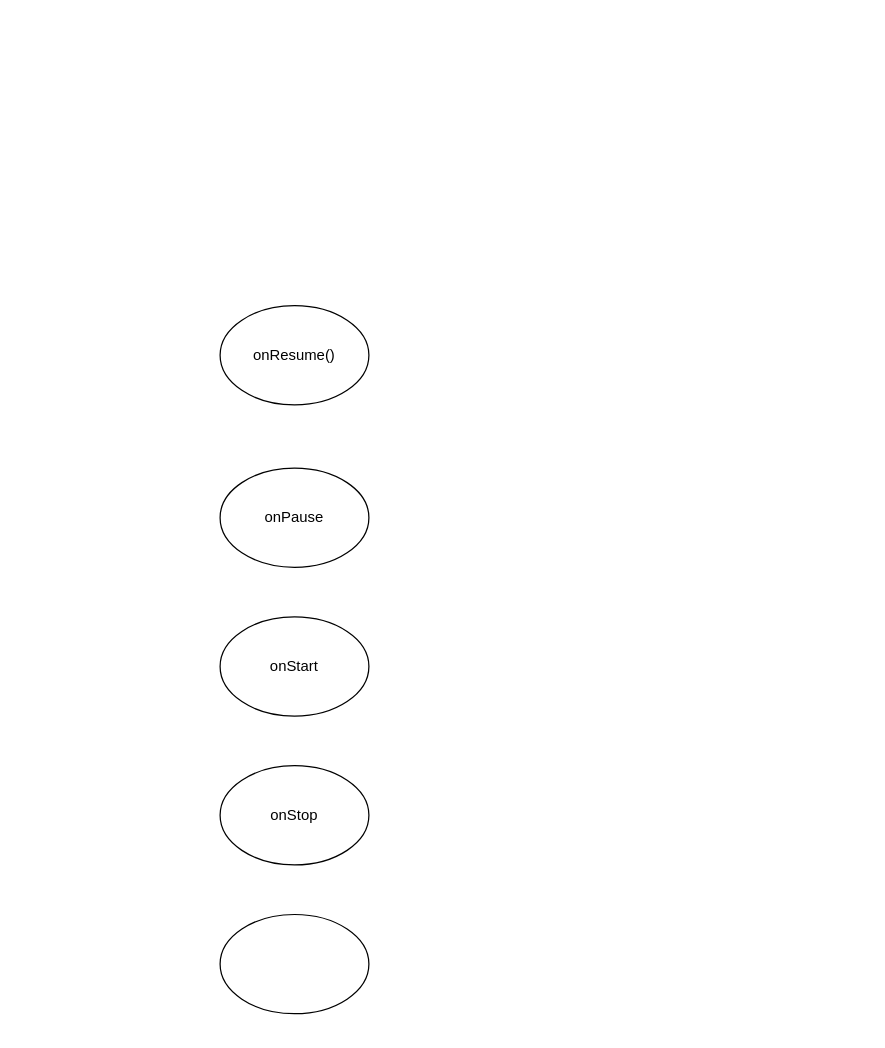
This is page "Ciclu de viata Maps Fragment" (4 of 8) of documentation/licenta.drawio from DanielMuresan1618/Do-Route, a draw.io file, before an edit. Source tidied: cells renumbered, new cells numbered last; positions are measured from the earlier drawing's top-left corner, leaving out a move shared by most shapes. Both pictures are drawn from the tidied source at 124%, with x=0, y=0 at pixel (219, 305).
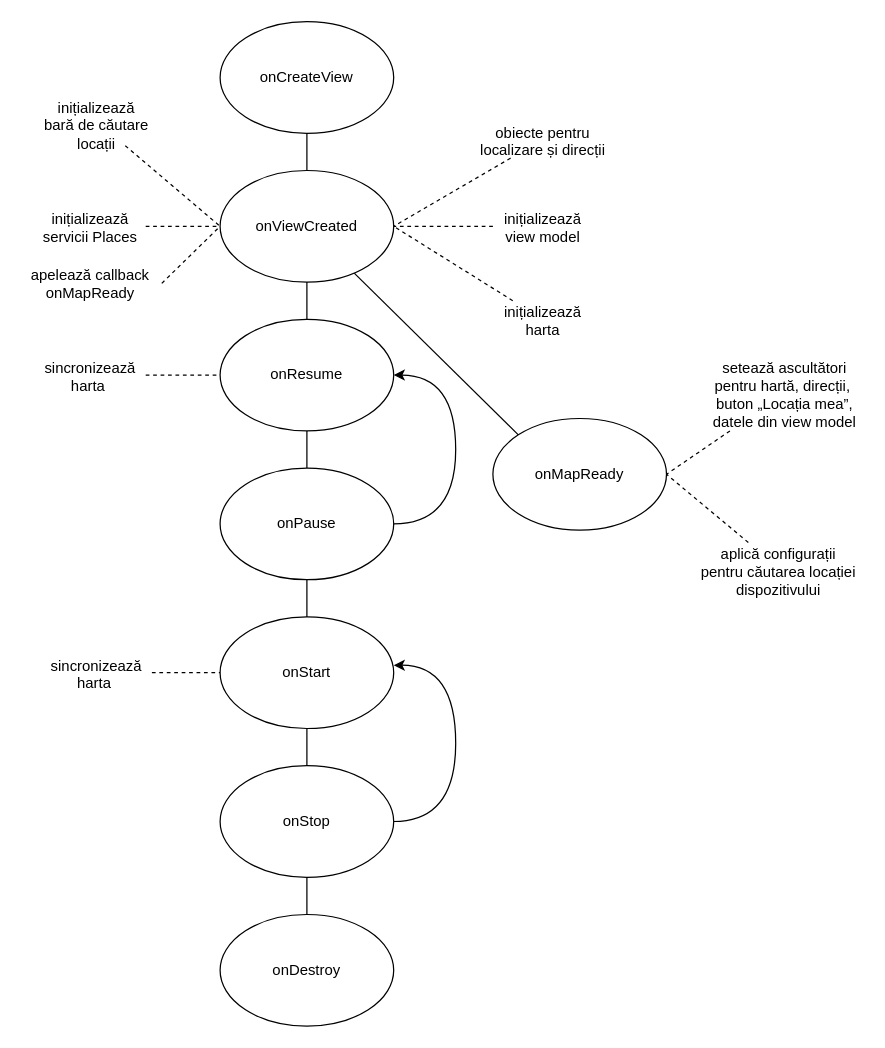
The same diagram, later.

The edit, as a diff of the source:
```diff
@@
+    <mxCell id="7" style="edgeStyle=none;rounded=0;jettySize=auto;html=1;startArrow=none;startFill=0;endArrow=none;endFill=0;" parent="1" edge="1" source="2" target="4">
+      <mxGeometry relative="1" as="geometry" />
+    </mxCell>
-    <mxCell id="2" value="onResume()" style="ellipse;whiteSpace=wrap;html=1;fillColor=#FFFFFF;" parent="1" vertex="1">
-      <mxGeometry width="120" height="80" as="geometry" />
+    <mxCell id="2" value="onPause" style="ellipse;whiteSpace=wrap;html=1;fillColor=#FFFFFF;" parent="1" vertex="1">
+      <mxGeometry y="131" width="140" height="90" as="geometry" />
     </mxCell>
+    <mxCell id="8" style="edgeStyle=none;rounded=0;jettySize=auto;html=1;startArrow=none;startFill=0;endArrow=none;endFill=0;" parent="1" edge="1" source="3" target="2">
+      <mxGeometry relative="1" as="geometry" />
+    </mxCell>
-    <mxCell id="3" value="onPause" style="ellipse;whiteSpace=wrap;html=1;fillColor=#FFFFFF;" parent="1" vertex="1">
-      <mxGeometry y="131" width="120" height="80" as="geometry" />
+    <mxCell id="3" value="onResume" style="ellipse;whiteSpace=wrap;html=1;fillColor=#FFFFFF;" parent="1" vertex="1">
+      <mxGeometry y="11" width="140" height="90" as="geometry" />
     </mxCell>
+    <mxCell id="9" style="edgeStyle=none;rounded=0;jettySize=auto;html=1;startArrow=none;startFill=0;endArrow=none;endFill=0;" parent="1" edge="1" source="4" target="5">
+      <mxGeometry relative="1" as="geometry" />
+    </mxCell>
     <mxCell id="4" value="onStart" style="ellipse;whiteSpace=wrap;html=1;fillColor=#FFFFFF;" parent="1" vertex="1">
-      <mxGeometry y="251" width="120" height="80" as="geometry" />
+      <mxGeometry y="251" width="140" height="90" as="geometry" />
     </mxCell>
+    <mxCell id="10" style="edgeStyle=none;rounded=0;jettySize=auto;html=1;startArrow=none;startFill=0;endArrow=none;endFill=0;" parent="1" edge="1" source="5" target="6">
+      <mxGeometry relative="1" as="geometry" />
+    </mxCell>
+    <mxCell id="11" style="edgeStyle=orthogonalEdgeStyle;rounded=0;jettySize=auto;html=1;entryX=1;entryY=0.433;entryDx=0;entryDy=0;entryPerimeter=0;curved=1;exitX=1;exitY=0.5;exitDx=0;exitDy=0;" parent="1" edge="1" source="5" target="4">
+      <mxGeometry relative="1" as="geometry">
+        <Array as="points">
+          <mxPoint x="190" y="416" />
+          <mxPoint x="190" y="290" />
+        </Array>
+      </mxGeometry>
+    </mxCell>
     <mxCell id="5" value="onStop" style="ellipse;whiteSpace=wrap;html=1;fillColor=#FFFFFF;" parent="1" vertex="1">
-      <mxGeometry y="371" width="120" height="80" as="geometry" />
+      <mxGeometry y="371" width="140" height="90" as="geometry" />
     </mxCell>
-    <mxCell id="6" style="ellipse;whiteSpace=wrap;html=1;fillColor=#FFFFFF;" parent="1" vertex="1">
-      <mxGeometry y="491" width="120" height="80" as="geometry" />
+    <mxCell id="6" value="onDestroy" style="ellipse;whiteSpace=wrap;html=1;fillColor=#FFFFFF;" parent="1" vertex="1">
+      <mxGeometry y="491" width="140" height="90" as="geometry" />
     </mxCell>
+    <mxCell id="12" style="edgeStyle=none;rounded=0;jettySize=auto;html=1;startArrow=none;startFill=0;endArrow=none;endFill=0;dashed=1;entryX=0;entryY=0.5;entryDx=0;entryDy=0;" parent="1" edge="1" source="13" target="3">
+      <mxGeometry relative="1" as="geometry" />
+    </mxCell>
+    <mxCell id="13" value="sincronizează &lt;br&gt;harta&amp;nbsp;" style="text;html=1;points=[];align=center;verticalAlign=top;spacingTop=-4;" parent="1" vertex="1">
+      <mxGeometry x="-150" y="41" width="90" height="30" as="geometry" />
+    </mxCell>
+    <mxCell id="14" style="edgeStyle=none;rounded=0;jettySize=auto;html=1;startArrow=none;startFill=0;endArrow=none;endFill=0;dashed=1;entryX=0;entryY=0.5;entryDx=0;entryDy=0;" parent="1" edge="1" source="15" target="4">
+      <mxGeometry relative="1" as="geometry" />
+    </mxCell>
+    <mxCell id="15" value="sincronizează &lt;br&gt;harta&amp;nbsp;" style="text;html=1;points=[];align=center;verticalAlign=top;spacingTop=-4;" parent="1" vertex="1">
+      <mxGeometry x="-145" y="281" width="90" height="30" as="geometry" />
+    </mxCell>
+    <mxCell id="16" style="edgeStyle=none;rounded=0;jettySize=auto;html=1;startArrow=none;startFill=0;endArrow=none;endFill=0;" parent="1" edge="1" source="18" target="3">
+      <mxGeometry relative="1" as="geometry" />
+    </mxCell>
+    <mxCell id="17" style="edgeStyle=none;rounded=0;jettySize=auto;html=1;entryX=0;entryY=0;entryDx=0;entryDy=0;startArrow=none;startFill=0;endArrow=none;endFill=0;" parent="1" edge="1" source="18" target="33">
+      <mxGeometry relative="1" as="geometry" />
+    </mxCell>
+    <mxCell id="18" value="onViewCreated" style="ellipse;whiteSpace=wrap;html=1;fillColor=#FFFFFF;align=center;" parent="1" vertex="1">
+      <mxGeometry y="-109" width="140" height="90" as="geometry" />
+    </mxCell>
+    <mxCell id="19" style="edgeStyle=none;rounded=0;jettySize=auto;html=1;dashed=1;startArrow=none;startFill=0;endArrow=none;endFill=0;entryX=1;entryY=0.5;entryDx=0;entryDy=0;" parent="1" edge="1" source="20" target="18">
+      <mxGeometry relative="1" as="geometry" />
+    </mxCell>
+    <mxCell id="20" value="inițializează&lt;br&gt;harta" style="text;html=1;points=[];align=center;verticalAlign=top;spacingTop=-4;" parent="1" vertex="1">
+      <mxGeometry x="220" y="-4" width="80" height="30" as="geometry" />
+    </mxCell>
+    <mxCell id="21" style="edgeStyle=none;rounded=0;jettySize=auto;html=1;entryX=0;entryY=0.5;entryDx=0;entryDy=0;dashed=1;startArrow=none;startFill=0;endArrow=none;endFill=0;" parent="1" edge="1" source="22" target="18">
+      <mxGeometry relative="1" as="geometry" />
+    </mxCell>
+    <mxCell id="22" value="inițializează&lt;br&gt;servicii Places" style="text;html=1;points=[];align=center;verticalAlign=top;spacingTop=-4;" parent="1" vertex="1">
+      <mxGeometry x="-150" y="-79" width="90" height="30" as="geometry" />
+    </mxCell>
+    <mxCell id="23" style="edgeStyle=none;rounded=0;jettySize=auto;html=1;entryX=0;entryY=0.5;entryDx=0;entryDy=0;dashed=1;startArrow=none;startFill=0;endArrow=none;endFill=0;" parent="1" edge="1" source="24" target="18">
+      <mxGeometry relative="1" as="geometry" />
+    </mxCell>
+    <mxCell id="24" value="inițializează&lt;br&gt;bară de căutare&lt;br&gt;locații" style="text;html=1;points=[];align=center;verticalAlign=top;spacingTop=-4;" parent="1" vertex="1">
+      <mxGeometry x="-150" y="-169" width="100" height="40" as="geometry" />
+    </mxCell>
+    <mxCell id="25" style="edgeStyle=none;rounded=0;jettySize=auto;html=1;entryX=1;entryY=0.5;entryDx=0;entryDy=0;dashed=1;startArrow=none;startFill=0;endArrow=none;endFill=0;" parent="1" edge="1" source="26" target="18">
+      <mxGeometry relative="1" as="geometry" />
+    </mxCell>
+    <mxCell id="26" value="inițializează&lt;br&gt;view model" style="text;html=1;points=[];align=center;verticalAlign=top;spacingTop=-4;" parent="1" vertex="1">
+      <mxGeometry x="220" y="-79" width="80" height="30" as="geometry" />
+    </mxCell>
+    <mxCell id="27" style="edgeStyle=none;rounded=0;jettySize=auto;html=1;entryX=1;entryY=0.5;entryDx=0;entryDy=0;dashed=1;startArrow=none;startFill=0;endArrow=none;endFill=0;" parent="1" edge="1" source="28" target="18">
+      <mxGeometry relative="1" as="geometry" />
+    </mxCell>
+    <mxCell id="28" value="obiecte pentru&lt;br&gt;localizare și direcții" style="text;html=1;points=[];align=center;verticalAlign=top;spacingTop=-4;" parent="1" vertex="1">
+      <mxGeometry x="200" y="-149" width="120" height="30" as="geometry" />
+    </mxCell>
+    <mxCell id="29" style="edgeStyle=none;rounded=0;jettySize=auto;html=1;startArrow=none;startFill=0;endArrow=none;endFill=0;" parent="1" edge="1" source="30" target="18">
+      <mxGeometry relative="1" as="geometry" />
+    </mxCell>
+    <mxCell id="30" value="onCreateView" style="ellipse;whiteSpace=wrap;html=1;fillColor=#FFFFFF;align=center;" parent="1" vertex="1">
+      <mxGeometry y="-229" width="140" height="90" as="geometry" />
+    </mxCell>
+    <mxCell id="31" value="apelează callback&lt;br&gt;onMapReady" style="text;html=1;points=[];align=center;verticalAlign=top;spacingTop=-4;" parent="1" vertex="1">
+      <mxGeometry x="-160" y="-34" width="110" height="30" as="geometry" />
+    </mxCell>
+    <mxCell id="32" style="edgeStyle=none;rounded=0;jettySize=auto;html=1;entryX=0;entryY=0.5;entryDx=0;entryDy=0;dashed=1;startArrow=none;startFill=0;endArrow=none;endFill=0;exitX=1.027;exitY=0.533;exitDx=0;exitDy=0;exitPerimeter=0;" parent="1" edge="1" source="31" target="18">
+      <mxGeometry relative="1" as="geometry" />
+    </mxCell>
+    <mxCell id="33" value="onMapReady" style="ellipse;whiteSpace=wrap;html=1;fillColor=#FFFFFF;align=center;" parent="1" vertex="1">
+      <mxGeometry x="220" y="91" width="140" height="90" as="geometry" />
+    </mxCell>
+    <mxCell id="34" style="edgeStyle=none;rounded=0;jettySize=auto;html=1;entryX=1;entryY=0.5;entryDx=0;entryDy=0;startArrow=none;startFill=0;endArrow=none;endFill=0;dashed=1;" parent="1" edge="1" source="35" target="33">
+      <mxGeometry relative="1" as="geometry" />
+    </mxCell>
+    <mxCell id="35" value="setează ascultători&lt;br&gt;pentru hartă, direcții,&amp;nbsp;&lt;br&gt;buton „Locația mea”,&lt;br&gt;datele din view model" style="text;html=1;points=[];align=center;verticalAlign=top;spacingTop=-4;" parent="1" vertex="1">
+      <mxGeometry x="390" y="41" width="130" height="60" as="geometry" />
+    </mxCell>
+    <mxCell id="36" style="edgeStyle=none;rounded=0;jettySize=auto;html=1;entryX=1;entryY=0.5;entryDx=0;entryDy=0;dashed=1;startArrow=none;startFill=0;endArrow=none;endFill=0;" parent="1" edge="1" source="37" target="33">
+      <mxGeometry relative="1" as="geometry" />
+    </mxCell>
+    <mxCell id="37" value="aplică configurații&lt;br&gt;pentru căutarea locației&lt;br&gt;dispozitivului" style="text;html=1;points=[];align=center;verticalAlign=top;spacingTop=-4;" parent="1" vertex="1">
+      <mxGeometry x="380" y="191" width="140" height="40" as="geometry" />
+    </mxCell>
+    <mxCell id="38" style="edgeStyle=orthogonalEdgeStyle;rounded=0;jettySize=auto;html=1;entryX=1;entryY=0.5;entryDx=0;entryDy=0;curved=1;exitX=1;exitY=0.5;exitDx=0;exitDy=0;" parent="1" edge="1" source="2" target="3">
+      <mxGeometry relative="1" as="geometry">
+        <Array as="points">
+          <mxPoint x="190" y="176" />
+          <mxPoint x="190" y="56" />
+        </Array>
+      </mxGeometry>
+    </mxCell>
```
